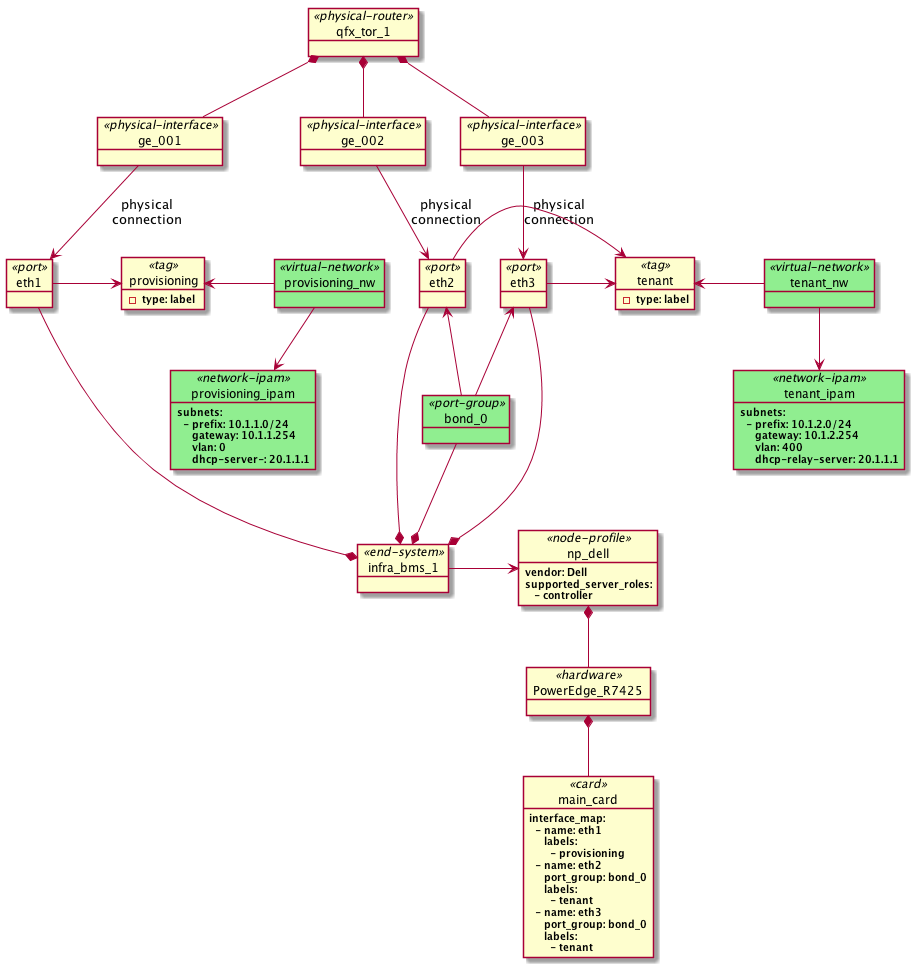
Above: 5.1-data-model/images/srv-ztp-data-model-04.png in jnpr-tjiang/cfm-data-model (PlantUML), before the change. Source of this version:
```plantuml
@startuml
skinparam defaultFontName Consolas

object provisioning <<tag>> {
   - <b>type: label
}

object tenant <<tag>> {
   - <b>type: label
}

object qfx_tor_1 <<physical-router>> {
}

object ge_001 <<physical-interface>> {
}

object ge_002 <<physical-interface>> {
}

object ge_003 <<physical-interface>> {
}

object infra_bms_1 <<end-system>> {
}

object eth1 <<port>> {
}

object eth2 <<port>> {
}

object eth3 <<port>> {
}

object np_dell <<node-profile>> {
  <b>vendor: Dell
  <b>supported_server_roles:
  <b>   - controller
}

object PowerEdge_R7425 <<hardware>> {
}

object main_card <<card>> {
  <b>interface_map:
  <b>  - name: eth1
  <b>     labels:
  <b>       - provisioning
  <b>  - name: eth2
  <b>     port_group: bond_0
  <b>     labels:
  <b>       - tenant
  <b>  - name: eth3
  <b>     port_group: bond_0
  <b>     labels:
  <b>       - tenant
}

np_dell *-- PowerEdge_R7425
PowerEdge_R7425 *-- main_card

object provisioning_nw <<virtual-network>> #lightgreen {
}

object tenant_nw <<virtual-network>> #lightgreen {
}

object provisioning_ipam <<network-ipam>> #lightgreen {
  <b>subnets:
  <b>  - prefix: 10.1.1.0/24
  <b>     gateway: 10.1.1.254
  <b>     vlan: 0
  <b>     dhcp-server-: 20.1.1.1
}

object tenant_ipam <<network-ipam>> #lightgreen {
  <b>subnets:
  <b>  - prefix: 10.1.2.0/24
  <b>     gateway: 10.1.2.254
  <b>     vlan: 400
  <b>     dhcp-relay-server: 20.1.1.1
}

object bond_0 <<port-group>> #lightgreen {
}

provisioning_nw --> provisioning_ipam
tenant_nw --> tenant_ipam

qfx_tor_1 *-- ge_001
qfx_tor_1 *-- ge_002
qfx_tor_1 *-- ge_003

ge_001 --> eth1: physical\nconnection
ge_002 --> eth2: physical\nconnection
ge_003 --> eth3: physical\nconnection

eth1 ---* infra_bms_1
eth2 ---* infra_bms_1
eth3 ---* infra_bms_1

bond_0 --* infra_bms_1
eth2 <-- bond_0
eth3 <-- bond_0


infra_bms_1 -> np_dell

eth1 -> provisioning
provisioning <- provisioning_nw

eth2 -> tenant
eth3 -> tenant
tenant <- tenant_nw
@enduml
```
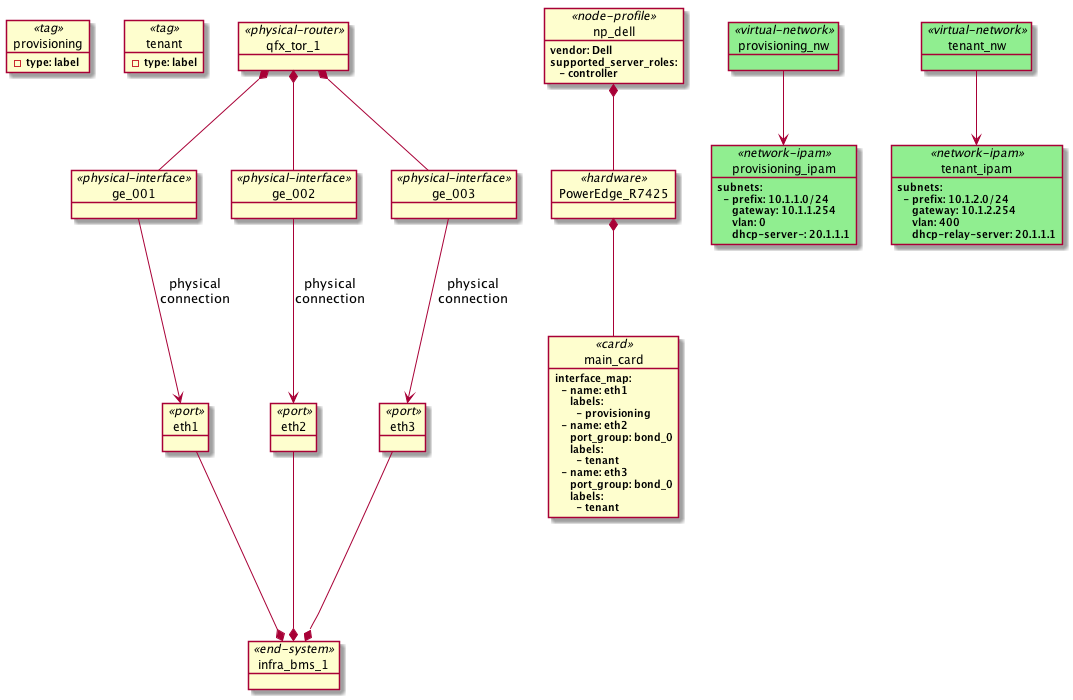
Above is the later version.

What changed in the source:
```diff
@@ -82,9 +82,6 @@
   <b>     dhcp-relay-server: 20.1.1.1
 }
 
-object bond_0 <<port-group>> #lightgreen {
-}
-
 provisioning_nw --> provisioning_ipam
 tenant_nw --> tenant_ipam
 
@@ -100,17 +97,7 @@
 eth2 ---* infra_bms_1
 eth3 ---* infra_bms_1
 
-bond_0 --* infra_bms_1
-eth2 <-- bond_0
-eth3 <-- bond_0
 
 
-infra_bms_1 -> np_dell
 
-eth1 -> provisioning
-provisioning <- provisioning_nw
-
-eth2 -> tenant
-eth3 -> tenant
-tenant <- tenant_nw
 @enduml
```
